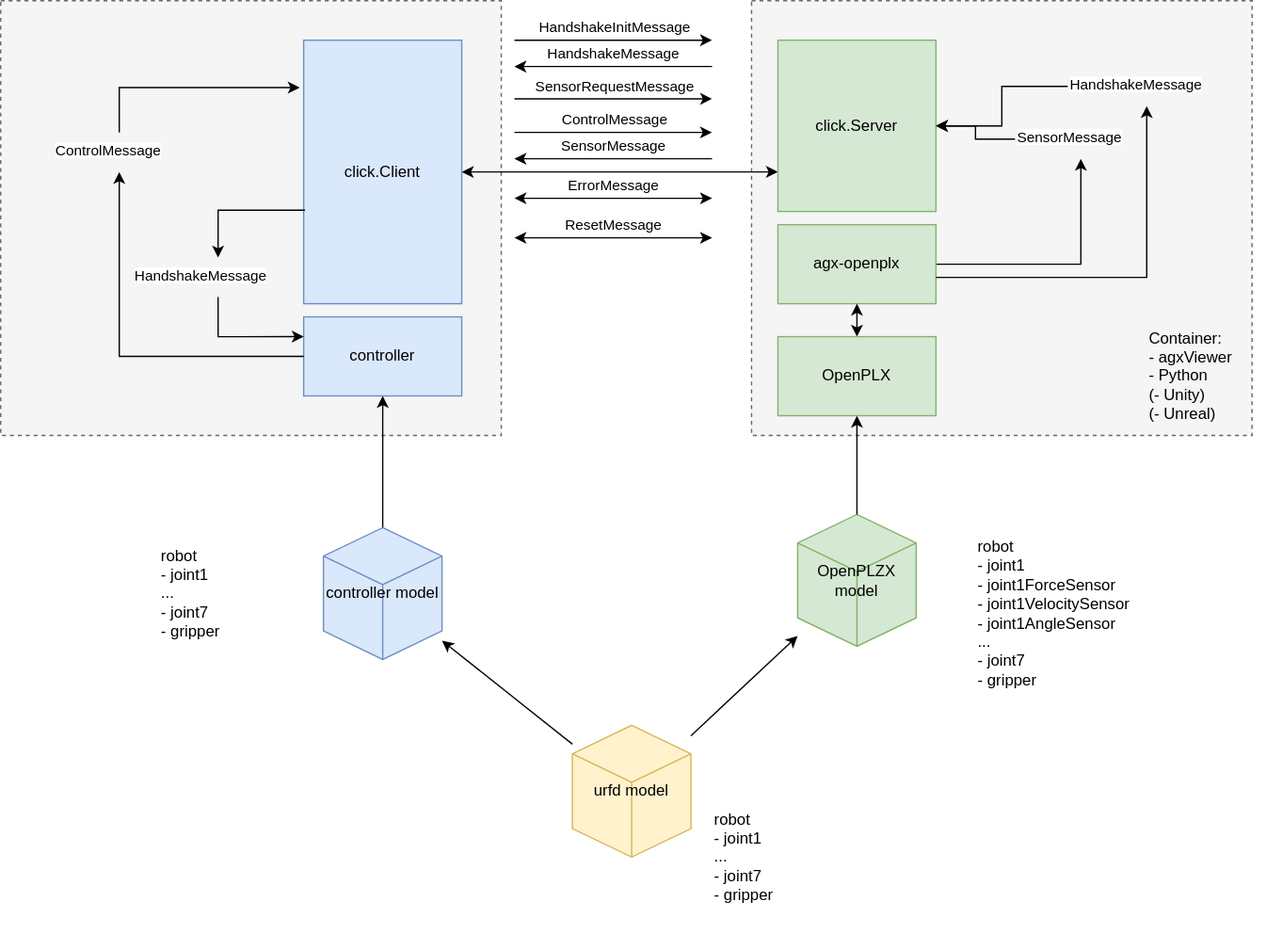
Earlier version of the draw.io export doc/messaging.drawio.svg (Algoryx/click-mirror). Source tidied: cells renumbered, new cells last; positions are measured from the earlier drawing's top-left corner, leaving out a move shared by most shapes.
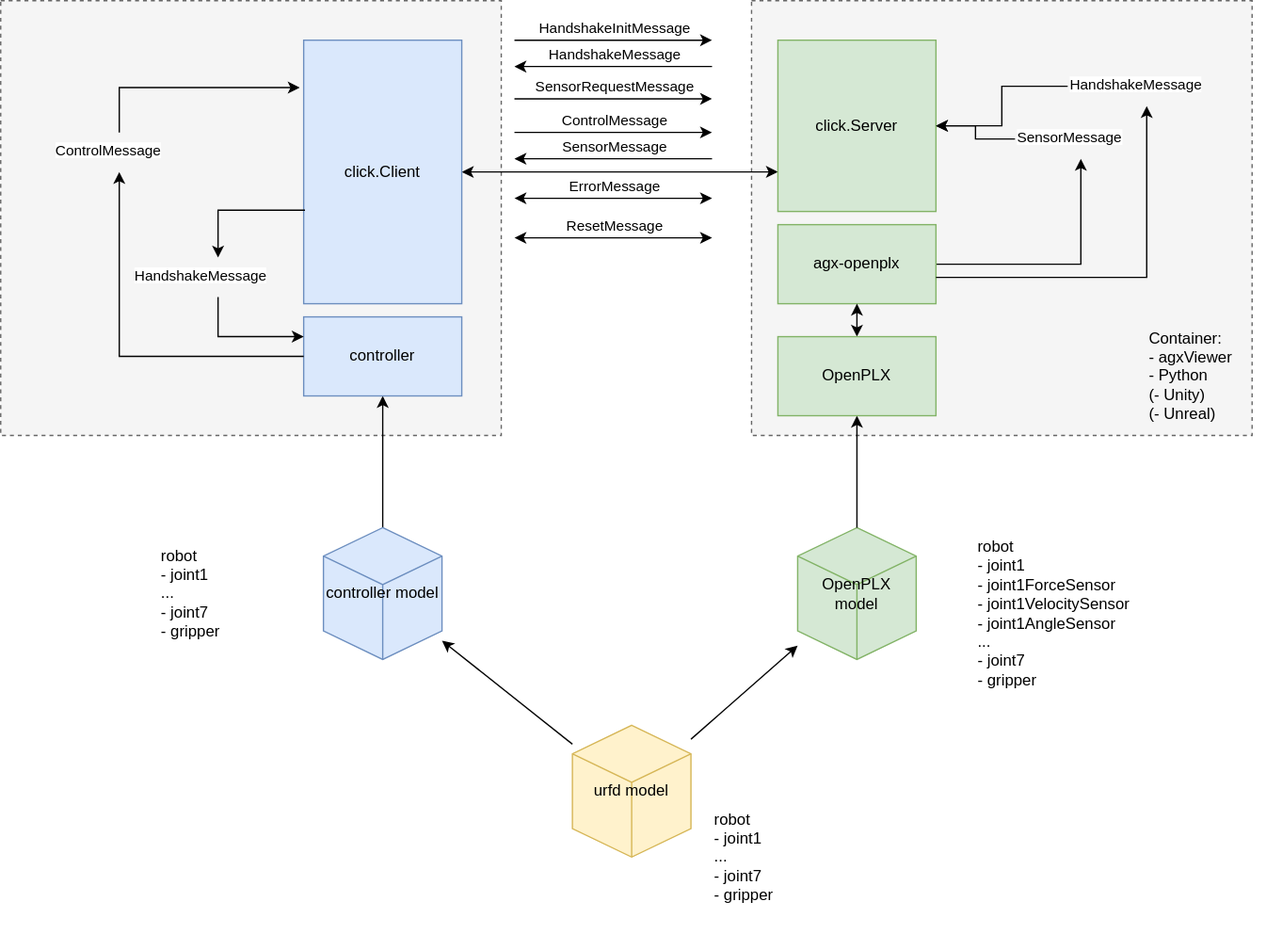
The same diagram one commit later.

What changed in the source:
```diff
@@ -23,8 +23,8 @@
     <mxCell id="8" value="controller model" style="html=1;whiteSpace=wrap;shape=isoCube2;backgroundOutline=1;isoAngle=15;fillColor=#dae8fc;strokeColor=#6c8ebf;" parent="1" vertex="1">
       <mxGeometry x="245" y="400" width="90" height="100" as="geometry" />
     </mxCell>
-    <mxCell id="9" value="OpenPLZX model" style="html=1;whiteSpace=wrap;shape=isoCube2;backgroundOutline=1;isoAngle=15;fillColor=#d5e8d4;strokeColor=#82b366;" parent="1" vertex="1">
-      <mxGeometry x="605" y="390" width="90" height="100" as="geometry" />
+    <mxCell id="9" value="OpenPLX model" style="html=1;whiteSpace=wrap;shape=isoCube2;backgroundOutline=1;isoAngle=15;fillColor=#d5e8d4;strokeColor=#82b366;" parent="1" vertex="1">
+      <mxGeometry x="605" y="400" width="90" height="100" as="geometry" />
     </mxCell>
     <mxCell id="10" style="edgeStyle=orthogonalEdgeStyle;rounded=0;jettySize=auto;html=1;exitX=1;exitY=0.5;exitDx=0;exitDy=0;entryX=0;entryY=0.769;entryDx=0;entryDy=0;startArrow=classic;startFill=1;entryPerimeter=0;" parent="1" edge="1" source="11" target="12">
       <mxGeometry relative="1" as="geometry" />
```
